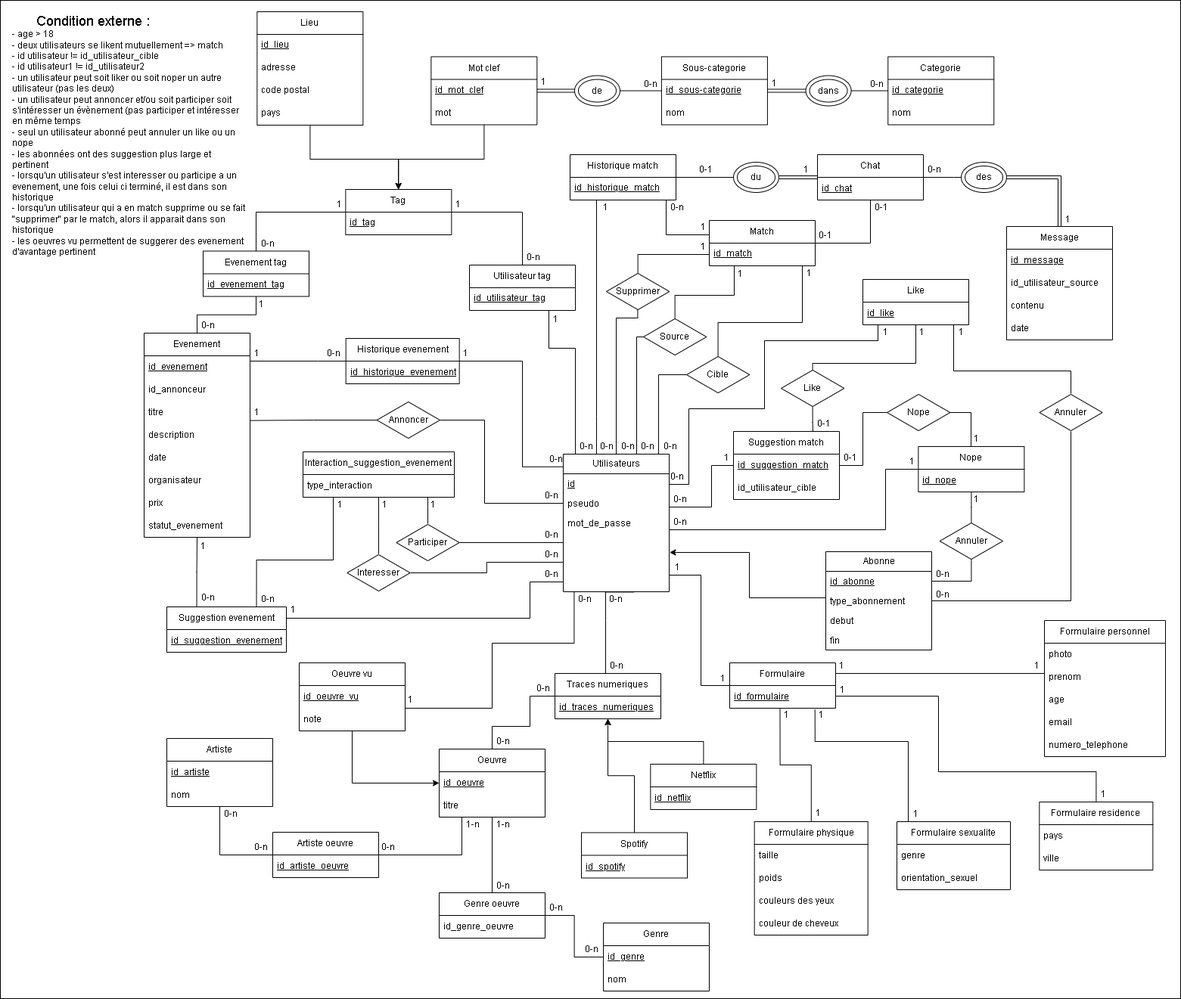
SuyuKuka/Le-Big-Match-Big-Brother-Is-Matching-You keeps this draw.io diagram as ER.png. Above is the earlier version. Source tidied: cells renumbered, new cells last; positions are measured from the earlier drawing's top-left corner, leaving out a move shared by most shapes.
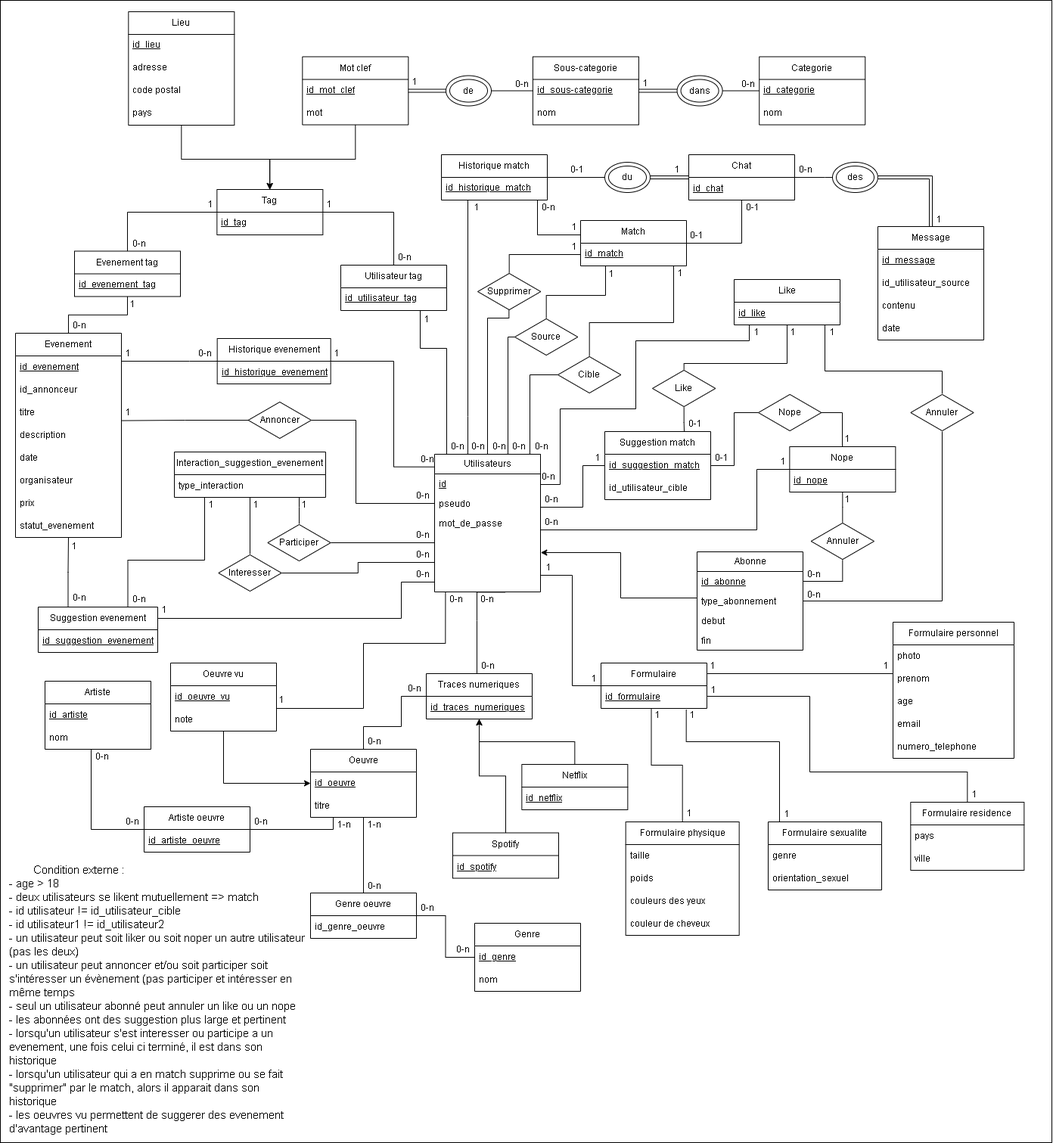
After the change.

Commit message:
schéma relationnel

Change to the diagram source:
```diff
@@ -3,7 +3,7 @@
     <mxCell id="0" />
     <mxCell id="1" parent="0" />
     <mxCell id="2" style="rounded=0;whiteSpace=wrap;html=1;" parent="1" vertex="1">
-      <mxGeometry width="1560" height="1320" as="geometry" />
+      <mxGeometry x="170" width="1390" height="1510" as="geometry" />
     </mxCell>
     <mxCell id="3" style="edgeStyle=orthogonalEdgeStyle;rounded=0;jettySize=auto;html=1;entryX=0.25;entryY=1;entryDx=0;entryDy=0;endArrow=none;startFill=0;" parent="1" edge="1" source="5" target="116">
       <mxGeometry relative="1" as="geometry">
@@ -70,7 +70,7 @@
       </mxGeometry>
     </mxCell>
     <mxCell id="19" value="Formulaire personnel" style="swimlane;fontStyle=0;horizontal=1;startSize=30;whiteSpace=wrap;html=1;" parent="1" vertex="1">
-      <mxGeometry x="1380" y="820" width="160" height="180" as="geometry" />
+      <mxGeometry x="1350" y="822" width="160" height="180" as="geometry" />
     </mxCell>
     <mxCell id="20" value="photo" style="text;strokeColor=none;fillColor=none;align=left;verticalAlign=middle;spacingLeft=4;spacingRight=4;overflow=hidden;whiteSpace=wrap;html=1;" parent="19" vertex="1">
       <mxGeometry y="30" width="160" height="30" as="geometry" />
@@ -306,8 +306,8 @@
     <mxCell id="81" value="1" style="text;html=1;align=center;verticalAlign=middle;whiteSpace=wrap;rounded=0;" parent="1" vertex="1">
       <mxGeometry x="703" y="97.5" width="30" height="20" as="geometry" />
     </mxCell>
-    <mxCell id="82" value="&lt;span style=&quot;color: light-dark(rgb(0, 0, 0), rgb(255, 255, 255)); background-color: transparent;&quot;&gt;&lt;span style=&quot;font-size: 14px; white-space: pre;&quot;&gt;&#9;&lt;/span&gt;&lt;font style=&quot;font-size: 18px;&quot;&gt;Condition externe :&amp;nbsp;&lt;/font&gt;&lt;br&gt;&lt;/span&gt;&lt;span style=&quot;&quot;&gt;- age &amp;gt; 18&lt;/span&gt;&lt;br style=&quot;&quot;&gt;&lt;span style=&quot;&quot;&gt;- deux utilisateurs se likent mutuellement =&amp;gt; match&lt;/span&gt;&lt;br style=&quot;&quot;&gt;&lt;span style=&quot;&quot;&gt;- id utilisateur != id_utilisateur_cible&lt;/span&gt;&lt;div&gt;- id utilisateur1 != id_utilisateur2&lt;br style=&quot;&quot;&gt;&lt;span style=&quot;&quot;&gt;- un utilisateur peut soit liker ou soit noper un autre utilisateur (pas les deux)&lt;/span&gt;&lt;br style=&quot;&quot;&gt;&lt;span style=&quot;&quot;&gt;- un utilisateur peut annoncer et/ou soit participer soit s'intéresser un évènement (pas participer et intéresser en même temps&lt;/span&gt;&lt;div&gt;&lt;span style=&quot;&quot;&gt;- seul un utilisateur abonné peut annuler un like ou un nope&lt;/span&gt;&lt;/div&gt;&lt;div&gt;&lt;span style=&quot;&quot;&gt;- les abonnées ont des suggestion plus large et pertinent&lt;/span&gt;&lt;/div&gt;&lt;div&gt;&lt;span style=&quot;&quot;&gt;- lorsqu'un utilisateur s'est interesser ou participe a un evenement, une fois celui ci terminé, il est dans son historique&lt;/span&gt;&lt;/div&gt;&lt;div&gt;- lorsqu'un utilisateur qui a en match supprime ou se fait &quot;supprimer&quot; par le match, alors il apparait dans son historique&amp;nbsp;&lt;/div&gt;&lt;div&gt;- les oeuvres vu permettent de suggerer des evenement d'avantage pertinent&lt;/div&gt;&lt;/div&gt;" style="text;html=1;align=left;verticalAlign=middle;whiteSpace=wrap;rounded=0;" parent="1" vertex="1">
-      <mxGeometry x="14" y="30" width="310" height="296" as="geometry" />
+    <mxCell id="82" value="&lt;font style=&quot;font-size: 15px;&quot;&gt;&lt;span style=&quot;color: light-dark(rgb(0, 0, 0), rgb(255, 255, 255)); background-color: transparent;&quot;&gt;&lt;span style=&quot;white-space: pre;&quot;&gt;&#9;&lt;/span&gt;&lt;font style=&quot;&quot;&gt;Condition externe :&amp;nbsp;&lt;/font&gt;&lt;br&gt;&lt;/span&gt;&lt;span style=&quot;&quot;&gt;- age &amp;gt; 18&lt;/span&gt;&lt;br style=&quot;&quot;&gt;&lt;span style=&quot;&quot;&gt;- deux utilisateurs se likent mutuellement =&amp;gt; match&lt;/span&gt;&lt;br style=&quot;&quot;&gt;&lt;span style=&quot;&quot;&gt;- id utilisateur != id_utilisateur_cible&lt;/span&gt;&lt;/font&gt;&lt;div&gt;&lt;font style=&quot;font-size: 15px;&quot;&gt;- id utilisateur1 != id_utilisateur2&lt;br style=&quot;&quot;&gt;&lt;span style=&quot;&quot;&gt;- un utilisateur peut soit liker ou soit noper un autre utilisateur (pas les deux)&lt;/span&gt;&lt;br style=&quot;&quot;&gt;&lt;span style=&quot;&quot;&gt;- un utilisateur peut annoncer et/ou soit participer soit s'intéresser un évènement (pas participer et intéresser en même temps&lt;/span&gt;&lt;/font&gt;&lt;div&gt;&lt;span style=&quot;&quot;&gt;&lt;font style=&quot;font-size: 15px;&quot;&gt;- seul un utilisateur abonné peut annuler un like ou un nope&lt;/font&gt;&lt;/span&gt;&lt;/div&gt;&lt;div&gt;&lt;span style=&quot;&quot;&gt;&lt;font style=&quot;font-size: 15px;&quot;&gt;- les abonnées ont des suggestion plus large et pertinent&lt;/font&gt;&lt;/span&gt;&lt;/div&gt;&lt;div&gt;&lt;span style=&quot;&quot;&gt;&lt;font style=&quot;font-size: 15px;&quot;&gt;- lorsqu'un utilisateur s'est interesser ou participe a un evenement, une fois celui ci terminé, il est dans son historique&lt;/font&gt;&lt;/span&gt;&lt;/div&gt;&lt;div&gt;&lt;font style=&quot;font-size: 15px;&quot;&gt;- lorsqu'un utilisateur qui a en match supprime ou se fait &quot;supprimer&quot; par le match, alors il apparait dans son historique&amp;nbsp;&lt;/font&gt;&lt;/div&gt;&lt;div&gt;&lt;font style=&quot;font-size: 15px;&quot;&gt;- les oeuvres vu permettent de suggerer des evenement d'avantage pertinent&lt;/font&gt;&lt;/div&gt;&lt;/div&gt;" style="text;html=1;align=left;verticalAlign=middle;whiteSpace=wrap;rounded=0;" parent="1" vertex="1">
+      <mxGeometry x="180" y="1140" width="400" height="360" as="geometry" />
     </mxCell>
     <mxCell id="83" value="Formulaire" style="swimlane;fontStyle=0;horizontal=1;startSize=30;whiteSpace=wrap;html=1;" parent="1" vertex="1">
       <mxGeometry x="964" y="876" width="140" height="60" as="geometry" />
@@ -501,7 +501,7 @@
     <mxCell id="128" style="edgeStyle=orthogonalEdgeStyle;rounded=0;jettySize=auto;html=1;endArrow=none;startFill=0;" parent="1" edge="1" source="130" target="261">
       <mxGeometry relative="1" as="geometry">
         <Array as="points">
-          <mxPoint x="610" y="1130" />
+          <mxPoint x="610" y="1096" />
         </Array>
       </mxGeometry>
     </mxCell>
@@ -527,7 +527,7 @@
       <mxGeometry y="60" width="140" height="30" as="geometry" />
     </mxCell>
     <mxCell id="136" value="Artiste" style="swimlane;fontStyle=0;horizontal=1;startSize=30;whiteSpace=wrap;html=1;" parent="1" vertex="1">
-      <mxGeometry x="220" y="976" width="140" height="90" as="geometry" />
+      <mxGeometry x="229" y="900" width="140" height="90" as="geometry" />
     </mxCell>
     <mxCell id="137" value="&lt;u&gt;id_artiste&lt;/u&gt;" style="text;strokeColor=none;fillColor=none;align=left;verticalAlign=middle;spacingLeft=4;spacingRight=4;overflow=hidden;whiteSpace=wrap;html=1;" parent="136" vertex="1">
       <mxGeometry y="30" width="140" height="30" as="geometry" />
@@ -579,7 +579,7 @@
       <mxGeometry x="1097" y="870" width="30" height="20" as="geometry" />
     </mxCell>
     <mxCell id="150" value="1" style="text;html=1;align=center;verticalAlign=middle;whiteSpace=wrap;rounded=0;" parent="1" vertex="1">
-      <mxGeometry x="1355" y="870" width="30" height="20" as="geometry" />
+      <mxGeometry x="1326" y="870" width="30" height="20" as="geometry" />
     </mxCell>
     <mxCell id="151" value="1" style="text;html=1;align=center;verticalAlign=middle;whiteSpace=wrap;rounded=0;" parent="1" vertex="1">
       <mxGeometry x="1070" y="935" width="30" height="20" as="geometry" />
@@ -972,12 +972,12 @@
     <mxCell id="260" style="edgeStyle=orthogonalEdgeStyle;rounded=0;jettySize=auto;html=1;endArrow=none;startFill=0;" parent="1" edge="1" source="261" target="136">
       <mxGeometry relative="1" as="geometry">
         <Array as="points">
-          <mxPoint x="290" y="1130" />
+          <mxPoint x="290" y="1096" />
         </Array>
       </mxGeometry>
     </mxCell>
     <mxCell id="261" value="Artiste oeuvre" style="swimlane;fontStyle=0;horizontal=1;startSize=30;whiteSpace=wrap;html=1;" parent="1" vertex="1">
-      <mxGeometry x="360" y="1100" width="140" height="60" as="geometry" />
+      <mxGeometry x="360" y="1066" width="140" height="60" as="geometry" />
     </mxCell>
     <mxCell id="262" value="&lt;u&gt;id_artiste_oeuvre&lt;/u&gt;" style="text;strokeColor=none;fillColor=none;align=left;verticalAlign=middle;spacingLeft=4;spacingRight=4;overflow=hidden;whiteSpace=wrap;html=1;" parent="261" vertex="1">
       <mxGeometry y="30" width="140" height="30" as="geometry" />
@@ -992,13 +992,13 @@
       <mxGeometry y="30" width="140" height="30" as="geometry" />
     </mxCell>
     <mxCell id="266" value="0-n" style="text;html=1;align=center;verticalAlign=middle;whiteSpace=wrap;rounded=0;" parent="1" vertex="1">
-      <mxGeometry x="290" y="1066" width="30" height="20" as="geometry" />
+      <mxGeometry x="290" y="990" width="30" height="20" as="geometry" />
     </mxCell>
     <mxCell id="267" value="0-n" style="text;html=1;align=center;verticalAlign=middle;whiteSpace=wrap;rounded=0;" parent="1" vertex="1">
-      <mxGeometry x="497.7" y="1110" width="30" height="20" as="geometry" />
+      <mxGeometry x="500" y="1076" width="30" height="20" as="geometry" />
     </mxCell>
     <mxCell id="268" value="0-n" style="text;html=1;align=center;verticalAlign=middle;whiteSpace=wrap;rounded=0;" parent="1" vertex="1">
-      <mxGeometry x="330" y="1110" width="30" height="20" as="geometry" />
+      <mxGeometry x="330" y="1076" width="30" height="20" as="geometry" />
     </mxCell>
     <mxCell id="269" value="0-n" style="text;html=1;align=center;verticalAlign=middle;whiteSpace=wrap;rounded=0;" parent="1" vertex="1">
       <mxGeometry x="720" y="1190" width="30" height="20" as="geometry" />
```
